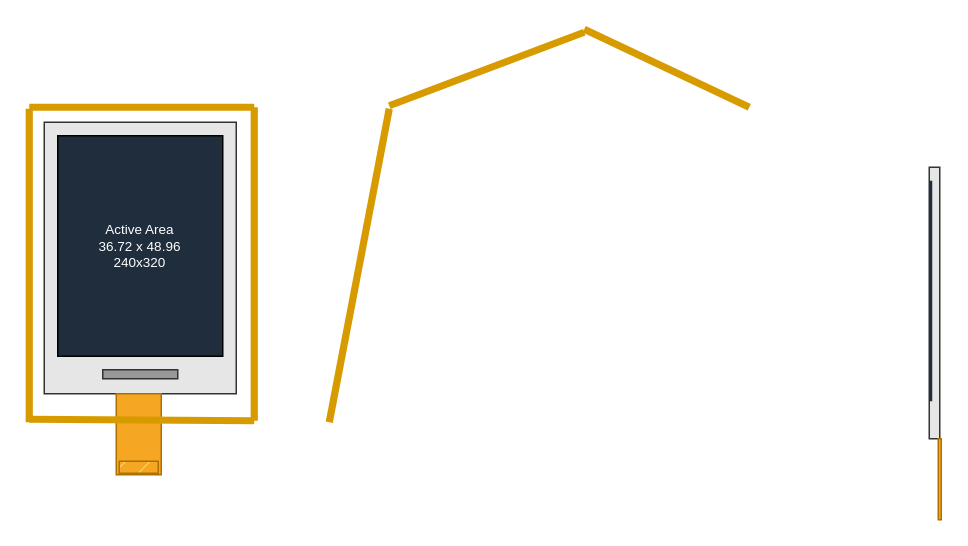
Earlier version of the draw.io diagram page "Assemble" (2 of 2) of brass-design.drawio (ruchira05/funny-cube). Source tidied: cells renumbered, new cells numbered last; positions are measured from the earlier drawing's top-left corner, leaving out a move shared by most shapes. Both pictures are drawn from the tidied source at 150%, with x=0, y=0 at pixel (28, 28).
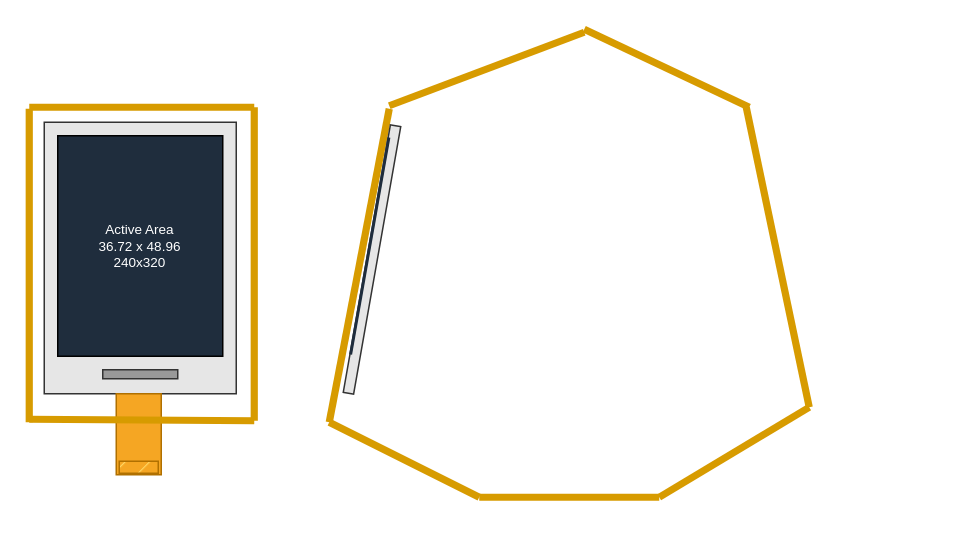
The same page after the edit.

Change to the diagram source:
```diff
@@
-    <mxCell id="3" style="group;" parent="1" vertex="1">
-      <mxGeometry x="600" y="92" width="8" height="235" as="geometry" />
-    </mxCell>
-    <mxCell id="4" style="rounded=0;whiteSpace=wrap;html=1;fillColor=#E6E6E6;strokeColor=#333333;" parent="3" vertex="1">
-      <mxGeometry width="7" height="181" as="geometry" />
-    </mxCell>
-    <mxCell id="5" style="rounded=0;whiteSpace=wrap;html=1;fillColor=#1F2D3D;strokeColor=none;" parent="3" vertex="1">
-      <mxGeometry y="9" width="2" height="147" as="geometry" />
-    </mxCell>
-    <mxCell id="6" style="rounded=0;whiteSpace=wrap;html=1;fillColor=#F5A623;strokeColor=#B07000;" parent="3" vertex="1">
-      <mxGeometry x="6" y="181" width="2" height="54" as="geometry" />
-    </mxCell>
@@
+    <mxCell id="19" style="endArrow=none;html=1;rounded=0;defaultLabelBackgroundColor=page;labelPadding=0 4;strokeWidth=4.8;fillColor=#ffe6cc;strokeColor=#d79b00;" parent="1" edge="1">
+      <mxGeometry relative="1" as="geometry">
+        <mxPoint x="200" y="262" as="sourcePoint" />
+        <mxPoint x="300" y="312" as="targetPoint" />
+      </mxGeometry>
+    </mxCell>
+    <mxCell id="20" style="endArrow=none;html=1;rounded=0;defaultLabelBackgroundColor=page;labelPadding=0 4;strokeWidth=4.8;fillColor=#ffe6cc;strokeColor=#d79b00;" parent="1" edge="1">
+      <mxGeometry relative="1" as="geometry">
+        <mxPoint x="300" y="312" as="sourcePoint" />
+        <mxPoint x="420" y="312" as="targetPoint" />
+      </mxGeometry>
+    </mxCell>
+    <mxCell id="21" style="endArrow=none;html=1;rounded=0;defaultLabelBackgroundColor=page;labelPadding=0 4;strokeWidth=4.8;fillColor=#ffe6cc;strokeColor=#d79b00;" parent="1" edge="1">
+      <mxGeometry relative="1" as="geometry">
+        <mxPoint x="420" y="312" as="sourcePoint" />
+        <mxPoint x="520" y="252" as="targetPoint" />
+      </mxGeometry>
+    </mxCell>
+    <mxCell id="22" style="endArrow=none;html=1;rounded=0;defaultLabelBackgroundColor=page;labelPadding=0 4;strokeWidth=4.8;fillColor=#ffe6cc;strokeColor=#d79b00;" parent="1" edge="1">
+      <mxGeometry relative="1" as="geometry">
+        <mxPoint x="520" y="252" as="sourcePoint" />
+        <mxPoint x="478" y="52" as="targetPoint" />
+      </mxGeometry>
+    </mxCell>
+    <mxCell id="23" style="group;rotation=10;" parent="1" vertex="1">
+      <mxGeometry x="225" y="63" width="7" height="181" as="geometry" />
+    </mxCell>
+    <mxCell id="4" style="rounded=0;whiteSpace=wrap;html=1;fillColor=#E6E6E6;strokeColor=#333333;rotation=10;" parent="23" vertex="1">
+      <mxGeometry width="7" height="181" as="geometry" />
+    </mxCell>
+    <mxCell id="5" style="rounded=0;whiteSpace=wrap;html=1;fillColor=#1F2D3D;strokeColor=none;rotation=10;" parent="23" vertex="1">
+      <mxGeometry x="1" y="8" width="2" height="147" as="geometry" />
+    </mxCell>
```
